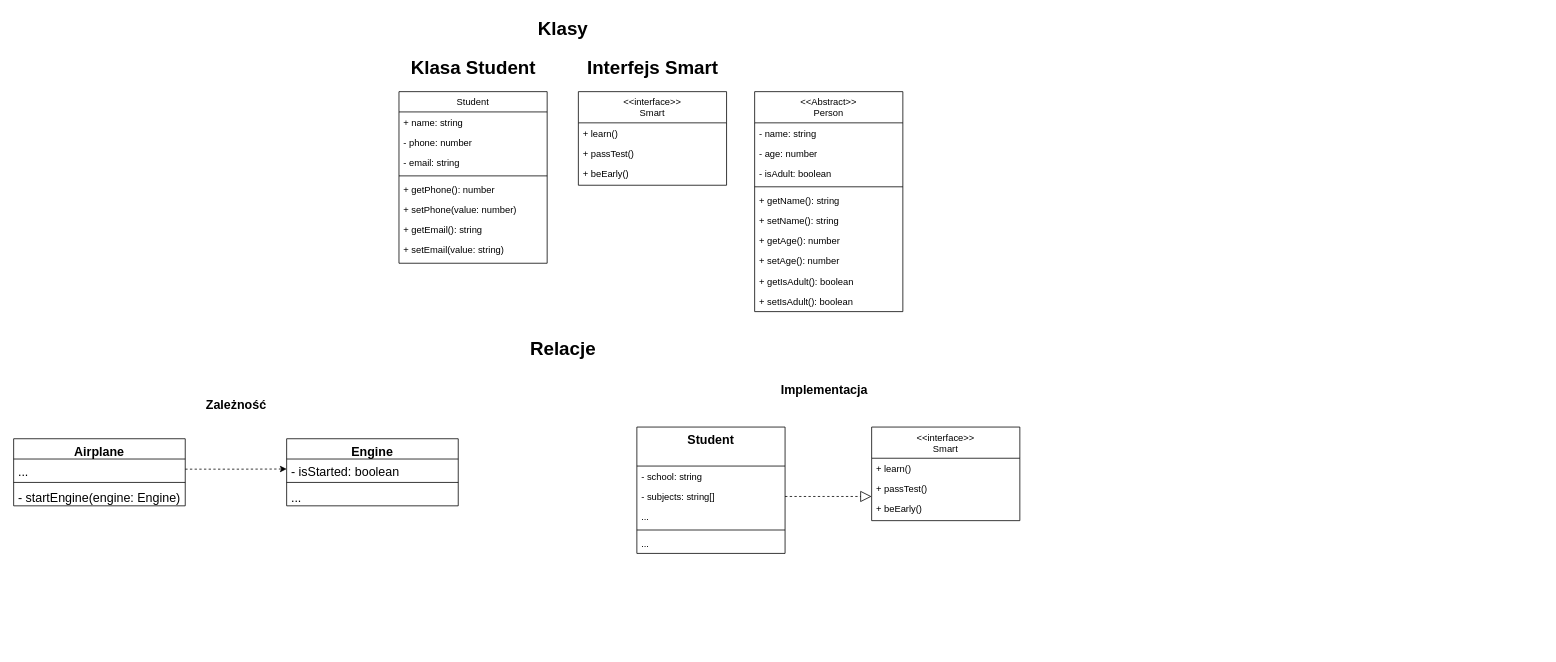
Earlier version of the draw.io diagram diagram_klas.drawio (mateuszjansowa/article-uml-diagrams). Source tidied: cells renumbered, new cells numbered last; positions are measured from the earlier drawing's top-left corner, leaving out a move shared by most shapes. Both pictures are drawn from the tidied source at 78%, with x=0, y=0 at pixel (13, 13).
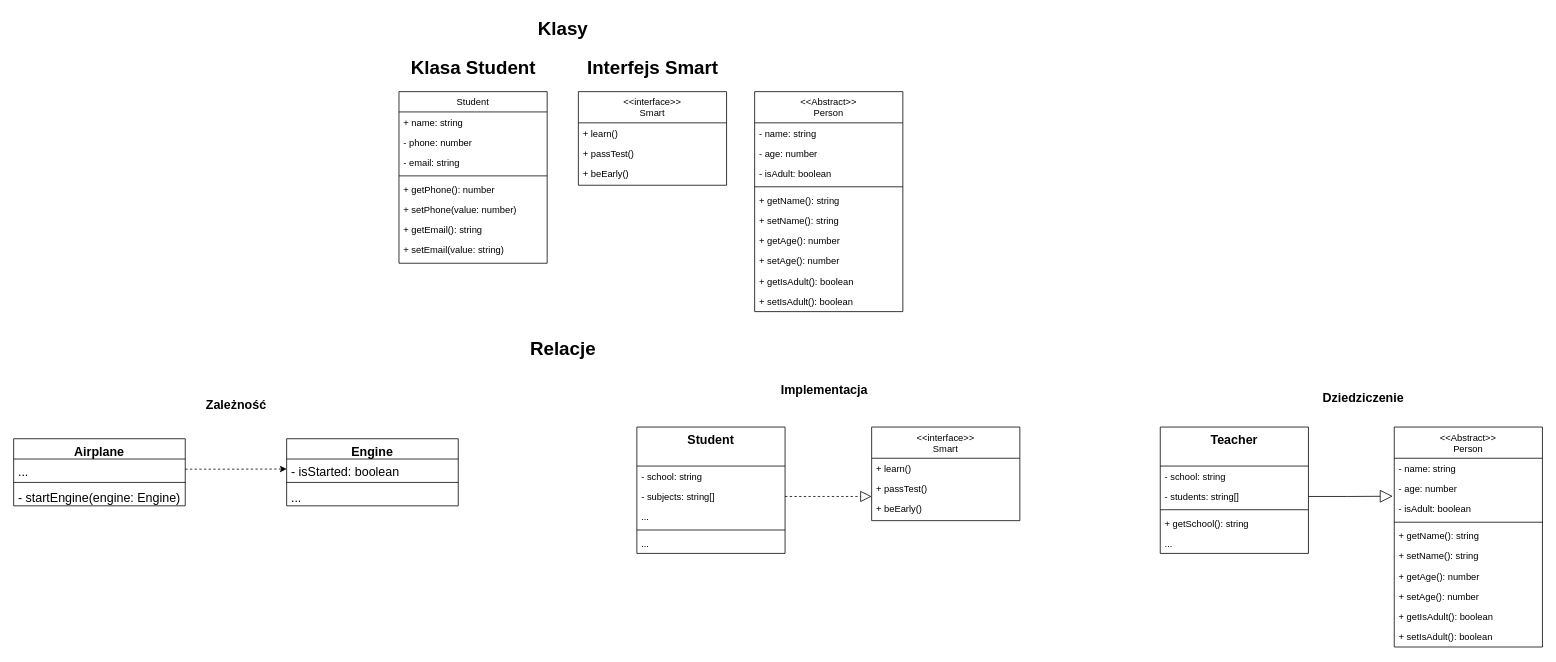
Above is the later version.

Commit message:
update diagram with inheritance

What changed in the source:
```diff
@@
+    <mxCell id="52" value="&lt;&lt;Abstract&gt;&gt;&#10;Person" style="swimlane;fontStyle=0;align=center;verticalAlign=top;horizontal=1;startSize=40;rounded=0;shadow=0;strokeWidth=1;" parent="1" vertex="1">
+      <mxGeometry x="1770" y="530" width="190" height="282" as="geometry" />
+    </mxCell>
+    <mxCell id="53" value="- name: string" style="text;align=left;verticalAlign=top;spacingLeft=4;spacingRight=4;overflow=hidden;" parent="52" vertex="1">
+      <mxGeometry y="40" width="190" height="26" as="geometry" />
+    </mxCell>
+    <mxCell id="54" value="- age: number" style="text;align=left;verticalAlign=top;spacingLeft=4;spacingRight=4;overflow=hidden;points=[[0,0.5],[1,0.5]];portConstraint=eastwest;rounded=0;shadow=0;html=0;" parent="52" vertex="1">
+      <mxGeometry y="66" width="190" height="26" as="geometry" />
+    </mxCell>
+    <mxCell id="55" value="- isAdult: boolean" style="text;align=left;verticalAlign=top;spacingLeft=4;spacingRight=4;overflow=hidden;rounded=0;shadow=0;html=0;" parent="52" vertex="1">
+      <mxGeometry y="92" width="190" height="26" as="geometry" />
+    </mxCell>
+    <mxCell id="56" style="line;html=1;strokeWidth=1;align=left;verticalAlign=middle;spacingTop=-1;spacingLeft=3;spacingRight=3;labelPosition=right;" parent="52" vertex="1">
+      <mxGeometry y="118" width="190" height="8" as="geometry" />
+    </mxCell>
+    <mxCell id="57" value="+ getName(): string" style="text;align=left;verticalAlign=top;spacingLeft=4;spacingRight=4;overflow=hidden;rounded=0;shadow=0;html=0;" parent="52" vertex="1">
+      <mxGeometry y="126" width="190" height="26" as="geometry" />
+    </mxCell>
+    <mxCell id="58" value="+ setName(): string" style="text;align=left;verticalAlign=top;spacingLeft=4;spacingRight=4;overflow=hidden;rounded=0;shadow=0;html=0;" parent="52" vertex="1">
+      <mxGeometry y="152" width="190" height="26" as="geometry" />
+    </mxCell>
+    <mxCell id="59" value="+ getAge(): number" style="text;align=left;verticalAlign=top;spacingLeft=4;spacingRight=4;overflow=hidden;rounded=0;shadow=0;html=0;" parent="52" vertex="1">
+      <mxGeometry y="178" width="190" height="26" as="geometry" />
+    </mxCell>
+    <mxCell id="60" value="+ setAge(): number" style="text;align=left;verticalAlign=top;spacingLeft=4;spacingRight=4;overflow=hidden;rounded=0;shadow=0;html=0;" parent="52" vertex="1">
+      <mxGeometry y="204" width="190" height="26" as="geometry" />
+    </mxCell>
+    <mxCell id="61" value="+ getIsAdult(): boolean" style="text;align=left;verticalAlign=top;spacingLeft=4;spacingRight=4;overflow=hidden;rounded=0;shadow=0;html=0;" parent="52" vertex="1">
+      <mxGeometry y="230" width="190" height="26" as="geometry" />
+    </mxCell>
+    <mxCell id="62" value="+ setIsAdult(): boolean" style="text;align=left;verticalAlign=top;spacingLeft=4;spacingRight=4;overflow=hidden;rounded=0;shadow=0;html=0;" parent="52" vertex="1">
+      <mxGeometry y="256" width="190" height="26" as="geometry" />
+    </mxCell>
+    <mxCell id="63" value="Teacher" style="swimlane;fontStyle=1;align=center;verticalAlign=top;horizontal=1;startSize=50;rounded=0;shadow=0;strokeWidth=1;fontSize=16;" parent="1" vertex="1">
+      <mxGeometry x="1470" y="530" width="190" height="162" as="geometry" />
+    </mxCell>
+    <mxCell id="64" value="- school: string" style="text;align=left;verticalAlign=top;spacingLeft=4;spacingRight=4;overflow=hidden;" parent="63" vertex="1">
+      <mxGeometry y="50" width="190" height="26" as="geometry" />
+    </mxCell>
+    <mxCell id="65" value="- students: string[]" style="text;align=left;verticalAlign=top;spacingLeft=4;spacingRight=4;overflow=hidden;points=[[0,0.5],[1,0.5]];portConstraint=eastwest;rounded=0;shadow=0;html=0;" parent="63" vertex="1">
+      <mxGeometry y="76" width="190" height="26" as="geometry" />
+    </mxCell>
+    <mxCell id="66" style="line;html=1;strokeWidth=1;align=left;verticalAlign=middle;spacingTop=-1;spacingLeft=3;spacingRight=3;labelPosition=right;" parent="63" vertex="1">
+      <mxGeometry y="102" width="190" height="8" as="geometry" />
+    </mxCell>
+    <mxCell id="67" value="+ getSchool(): string" style="text;align=left;verticalAlign=top;spacingLeft=4;spacingRight=4;overflow=hidden;rounded=0;shadow=0;html=0;" parent="63" vertex="1">
+      <mxGeometry y="110" width="190" height="26" as="geometry" />
+    </mxCell>
+    <mxCell id="68" value="..." style="text;align=left;verticalAlign=top;spacingLeft=4;spacingRight=4;overflow=hidden;rounded=0;shadow=0;html=0;" parent="63" vertex="1">
+      <mxGeometry y="136" width="190" height="26" as="geometry" />
+    </mxCell>
+    <mxCell id="69" value="&lt;font style=&quot;font-size: 16px;&quot;&gt;Dziedziczenie&lt;/font&gt;" style="text;strokeColor=none;fillColor=none;html=1;fontSize=24;fontStyle=1;verticalAlign=middle;align=center;" parent="1" vertex="1">
+      <mxGeometry x="1680" y="470" width="100" height="40" as="geometry" />
+    </mxCell>
+    <mxCell id="70" style="edgeStyle=orthogonalEdgeStyle;rounded=0;jettySize=auto;html=1;entryX=-0.01;entryY=0.872;entryDx=0;entryDy=0;entryPerimeter=0;endArrow=block;endFill=0;endSize=14;" parent="1" edge="1" source="65" target="54">
+      <mxGeometry relative="1" as="geometry" />
+    </mxCell>
```
